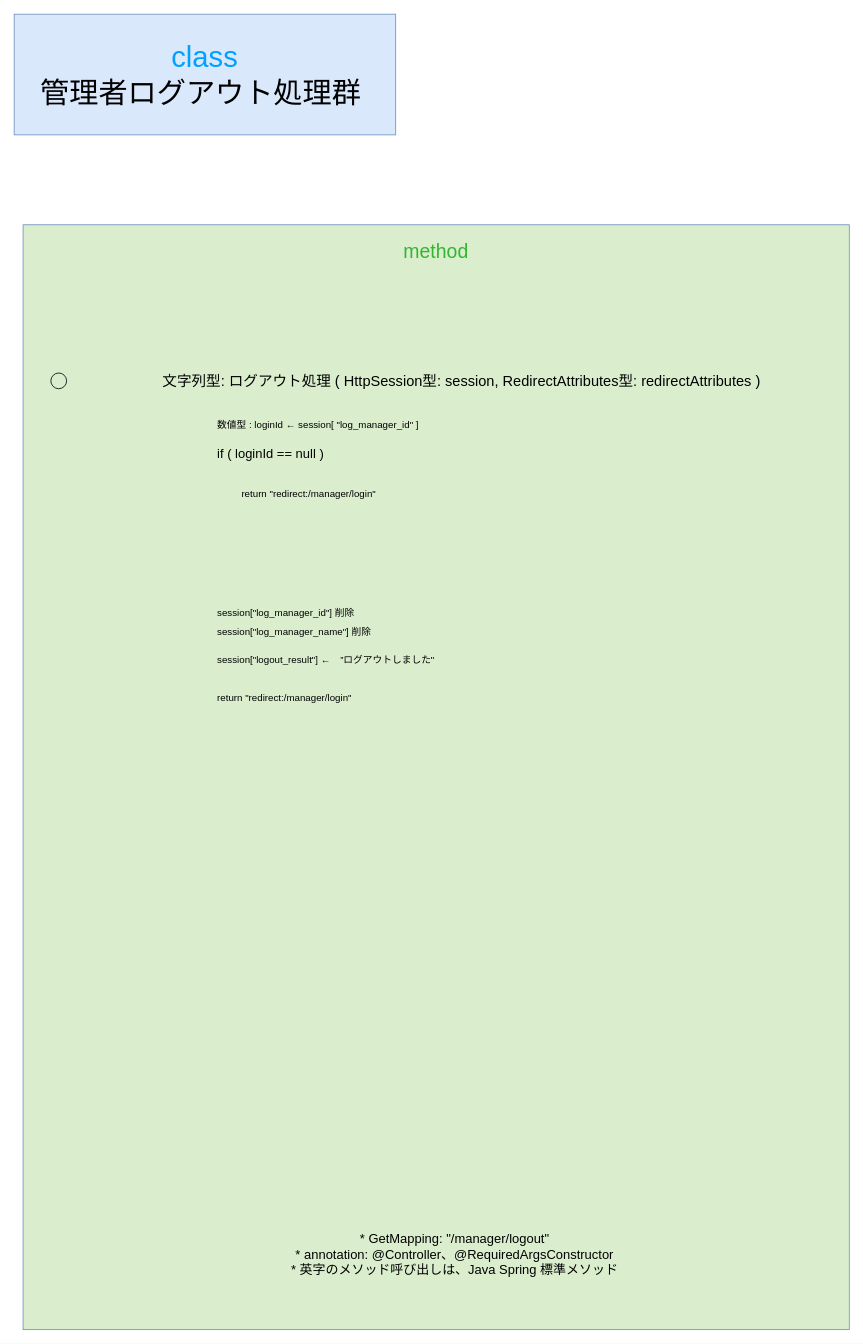
Above: gijigengo/controller/manager/seiseki_manage_sys controller_manager LogoutControllerクラス 疑似言語.drawio in tro319/seiseki_manage_sys (draw.io), before the change. Source tidied: cells renumbered, new cells numbered last; positions are measured from the earlier drawing's top-left corner, leaving out a move shared by most shapes. Both pictures are drawn from the tidied source at 81%, with x=0, y=0 at pixel (14, 14).
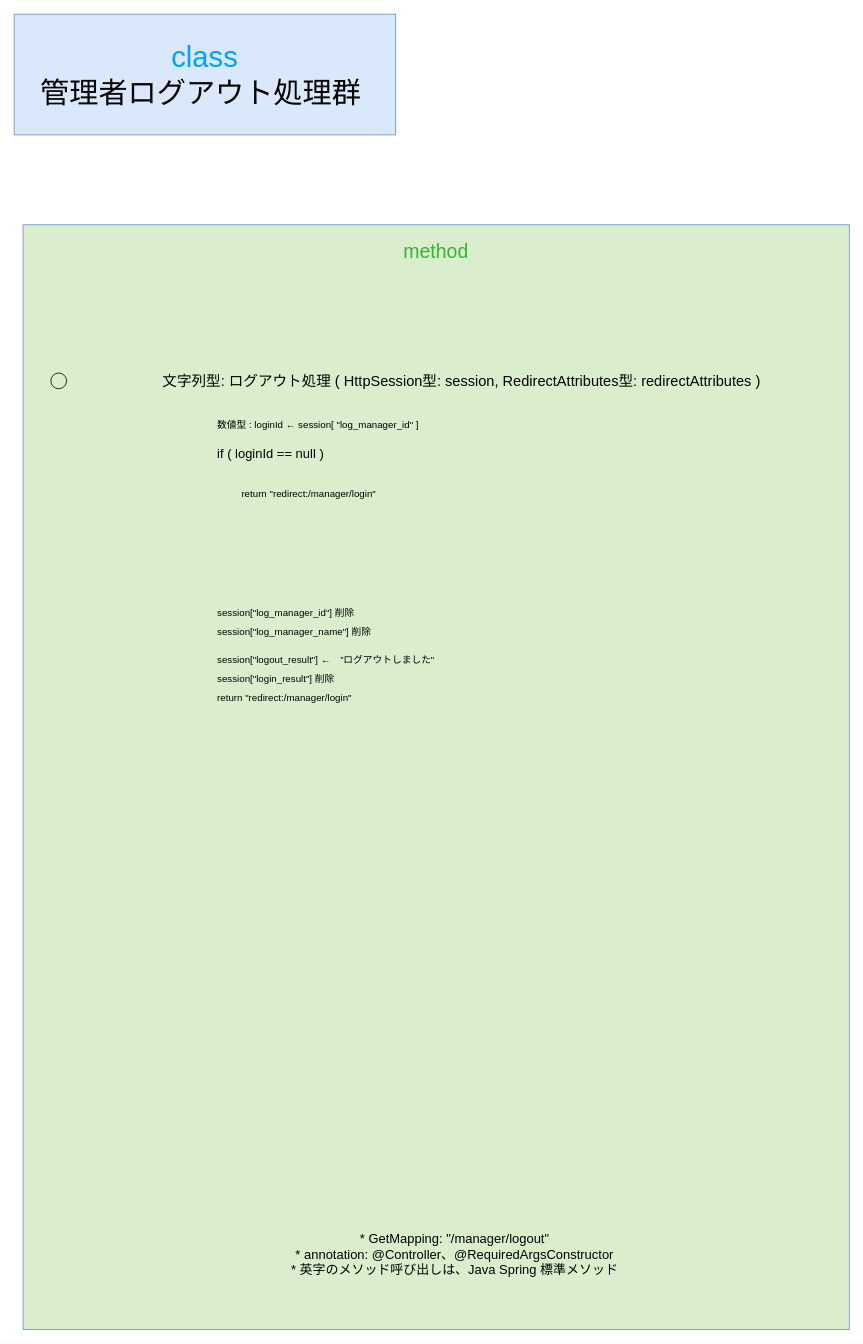
After the change.

Diff of the diagram source:
```diff
@@
 <mxGraphModel>
   <root>
     <mxCell id="0" />
     <mxCell id="1" parent="0" />
     <mxCell id="2" value="&lt;div&gt;&lt;span style=&quot;color: rgb(0, 161, 255);&quot;&gt;class&lt;/span&gt;&lt;/div&gt;&lt;div&gt;管理者ログアウト処理群&amp;nbsp;&lt;/div&gt;" style="text;html=1;whiteSpace=wrap;strokeColor=#6c8ebf;fillColor=#dae8fc;align=center;verticalAlign=middle;rounded=0;fontSize=36;" parent="1" vertex="1">
       <mxGeometry width="471" height="149" as="geometry" />
     </mxCell>
     <mxCell id="3" value="&lt;div&gt;&lt;font style=&quot;font-size: 24px;&quot;&gt;&lt;span style=&quot;color: rgb(50, 182, 49);&quot;&gt;&lt;span style=&quot;&quot;&gt;&lt;span style=&quot;&quot;&gt;&lt;span&gt;method&lt;/span&gt;&lt;/span&gt;&lt;/span&gt;&lt;/span&gt;&lt;/font&gt;&lt;/div&gt;&lt;div&gt;&lt;font style=&quot;font-size: 24px;&quot;&gt;&lt;span style=&quot;color: rgba(0, 0, 0, 0);&quot;&gt;&lt;span style=&quot;color: rgba(0, 0, 0, 0);&quot;&gt;&lt;span style=&quot;&quot;&gt;&lt;span style=&quot;&quot;&gt;&lt;br&gt;&lt;/span&gt;&lt;/span&gt;&lt;/span&gt;&lt;/span&gt;&lt;/font&gt;&lt;/div&gt;" style="text;html=1;whiteSpace=wrap;strokeColor=#6c8ebf;fillColor=light-dark(#daeece, #214210);align=center;verticalAlign=top;rounded=0;fontSize=36;fontColor=#00A1FF;" parent="1" vertex="1">
       <mxGeometry x="11" y="260" width="1020" height="1364" as="geometry" />
     </mxCell>
     <mxCell id="4" value="&lt;div&gt;&lt;span style=&quot;color: rgb(0, 0, 0);&quot;&gt;&lt;font&gt;数値型 : loginId ←&amp;nbsp;&lt;/font&gt;&lt;/span&gt;&lt;span style=&quot;color: rgb(0, 0, 0);&quot;&gt;&lt;font&gt;session[ &quot;log_manager_id&quot; ]&lt;/font&gt;&lt;/span&gt;&lt;/div&gt;" style="text;html=1;whiteSpace=wrap;strokeColor=none;fillColor=none;align=left;verticalAlign=middle;rounded=0;fontSize=12;" parent="1" vertex="1">
       <mxGeometry x="249" y="493" width="590" height="30" as="geometry" />
     </mxCell>
     <mxCell id="5" value="&lt;div&gt;&lt;span&gt;&lt;span&gt;&lt;span style=&quot;color: rgb(0, 0, 0);&quot;&gt;&lt;font style=&quot;font-size: 16px;&quot;&gt;* GetMapping: &quot;&lt;/font&gt;&lt;/span&gt;&lt;/span&gt;&lt;/span&gt;&lt;font style=&quot;font-size: 16px;&quot;&gt;/manager/logout&lt;/font&gt;&lt;span&gt;&lt;span&gt;&lt;span style=&quot;color: rgb(0, 0, 0);&quot;&gt;&lt;font style=&quot;font-size: 16px;&quot;&gt;&quot;&lt;/font&gt;&lt;/span&gt;&lt;/span&gt;&lt;/span&gt;&lt;/div&gt;&lt;div&gt;&lt;span&gt;&lt;span&gt;&lt;span style=&quot;color: rgb(0, 0, 0);&quot;&gt;&lt;font style=&quot;font-size: 16px;&quot;&gt;* annotation: &lt;/font&gt;&lt;font style=&quot;font-size: 16px;&quot;&gt;@Controller&lt;/font&gt;&lt;font style=&quot;font-size: 16px;&quot;&gt;、@RequiredArgsConstructor&lt;/font&gt;&lt;/span&gt;&lt;/span&gt;&lt;/span&gt;&lt;/div&gt;&lt;div&gt;&lt;span&gt;&lt;span&gt;&lt;span style=&quot;color: rgb(0, 0, 0);&quot;&gt;&lt;font style=&quot;font-size: 16px;&quot;&gt;* 英字のメソッド呼び出しは、Java Spring 標準メソッド&lt;/font&gt;&lt;/span&gt;&lt;/span&gt;&lt;/span&gt;&lt;/div&gt;" style="text;html=1;whiteSpace=wrap;strokeColor=none;fillColor=none;align=center;verticalAlign=middle;rounded=0;" parent="1" vertex="1">
       <mxGeometry x="249" y="1516" width="590" height="30" as="geometry" />
     </mxCell>
     <mxCell id="6" value="&lt;div align=&quot;left&quot;&gt;&lt;span style=&quot;color: rgb(0, 0, 0);&quot;&gt;&lt;font style=&quot;font-size: 16px;&quot;&gt;if ( loginId == null )&amp;nbsp;&lt;/font&gt;&lt;/span&gt;&lt;/div&gt;" style="text;html=1;whiteSpace=wrap;strokeColor=none;fillColor=none;align=left;verticalAlign=middle;rounded=0;" parent="1" vertex="1">
       <mxGeometry x="249" y="527" width="590" height="30" as="geometry" />
     </mxCell>
     <mxCell id="7" value="return &quot;redirect:/manager/login&quot;" style="text;html=1;whiteSpace=wrap;strokeColor=none;fillColor=none;align=left;verticalAlign=middle;rounded=0;" parent="1" vertex="1">
       <mxGeometry x="249" y="830" width="590" height="30" as="geometry" />
     </mxCell>
     <mxCell id="8" style="group;" parent="1" vertex="1">
       <mxGeometry x="10" y="438" width="984" height="30" as="geometry" />
     </mxCell>
     <mxCell id="9" value="&amp;nbsp; &amp;nbsp; &amp;nbsp; &amp;nbsp; &amp;nbsp; &amp;nbsp; &amp;nbsp;" style="ellipse;whiteSpace=wrap;html=1;fillColor=none;" parent="8" vertex="1">
       <mxGeometry x="35.3" y="5" width="19.4" height="19.4" as="geometry" />
     </mxCell>
     <mxCell id="10" value="&lt;font style=&quot;font-size: 18px;&quot;&gt;&lt;span&gt;&lt;span&gt;&lt;span style=&quot;color: rgb(0, 0, 0);&quot;&gt;&lt;font&gt;文字列型: ログアウト処理 ( HttpSession型: session, RedirectAttributes型: redirectAttributes )&lt;/font&gt;&lt;/span&gt;&lt;/span&gt;&lt;/span&gt;&lt;/font&gt;" style="whiteSpace=wrap;html=1;fillColor=none;labelBorderColor=none;strokeColor=none;" parent="8" vertex="1">
       <mxGeometry x="64" y="-0.3" width="957.1" height="30" as="geometry" />
     </mxCell>
     <mxCell id="11" value="return &quot;redirect:/manager/login&quot;" style="text;html=1;whiteSpace=wrap;strokeColor=none;fillColor=none;align=left;verticalAlign=middle;rounded=0;" parent="1" vertex="1">
       <mxGeometry x="279" y="577" width="590" height="30" as="geometry" />
     </mxCell>
     <mxCell id="12" value="session[&quot;logout_result&quot;] ←　”ログアウトしました&quot;" style="text;html=1;whiteSpace=wrap;strokeColor=none;fillColor=none;align=left;verticalAlign=middle;rounded=0;" parent="1" vertex="1">
       <mxGeometry x="249" y="783" width="590" height="30" as="geometry" />
     </mxCell>
     <mxCell id="13" value="session[&quot;log_manager_id&quot;] 削除" style="text;html=1;whiteSpace=wrap;strokeColor=none;fillColor=none;align=left;verticalAlign=middle;rounded=0;" parent="1" vertex="1">
       <mxGeometry x="249" y="724" width="590" height="30" as="geometry" />
     </mxCell>
     <mxCell id="14" value="session[&quot;log_manager_name&quot;] 削除" style="text;html=1;whiteSpace=wrap;strokeColor=none;fillColor=none;align=left;verticalAlign=middle;rounded=0;" parent="1" vertex="1">
       <mxGeometry x="249" y="748" width="590" height="30" as="geometry" />
     </mxCell>
+    <mxCell id="15" value="session[&quot;login_result&quot;] 削除" style="text;html=1;whiteSpace=wrap;strokeColor=none;fillColor=none;align=left;verticalAlign=middle;rounded=0;" parent="1" vertex="1">
+      <mxGeometry x="249" y="806" width="590" height="30" as="geometry" />
+    </mxCell>
   </root>
 </mxGraphModel>
```
